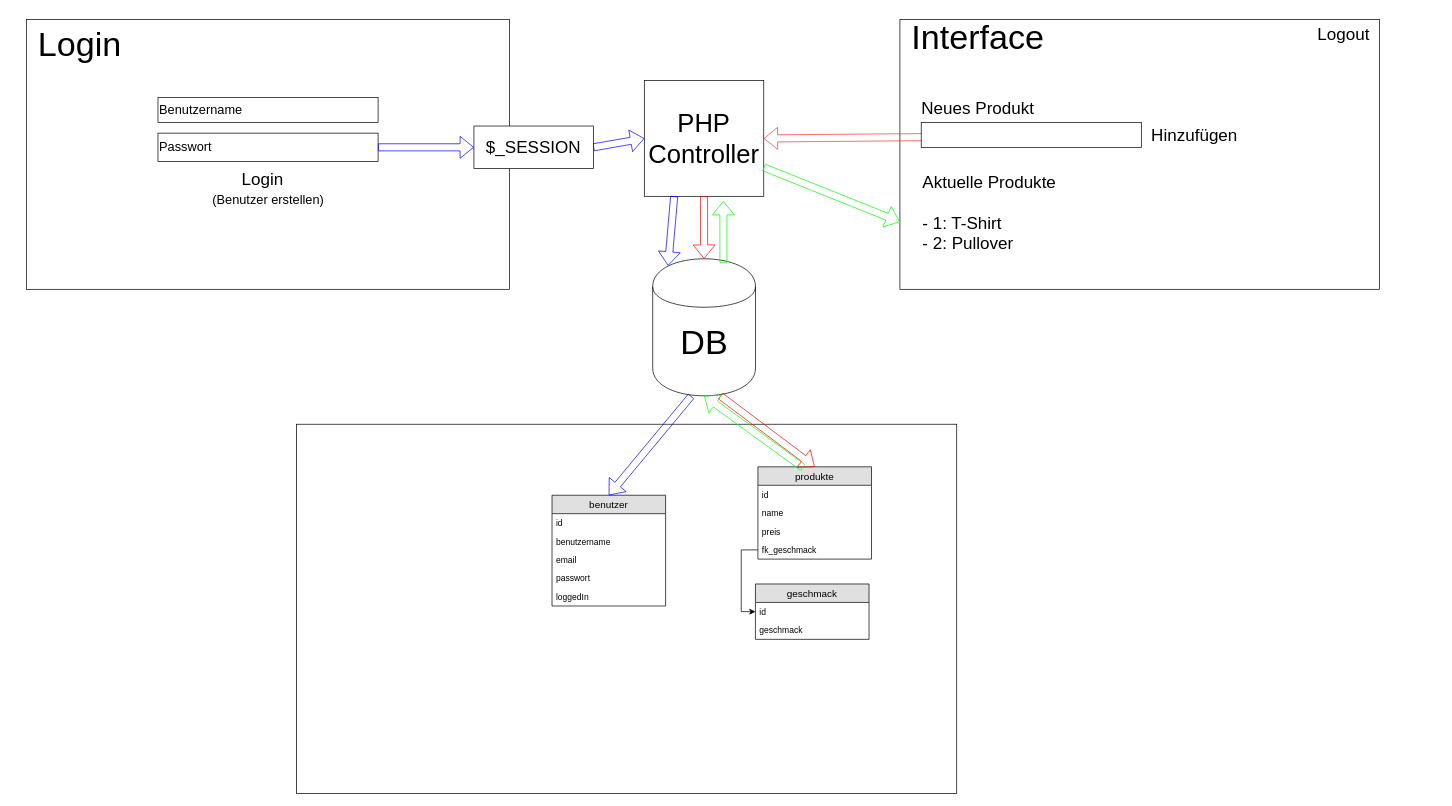
Above: la3/LA3_Architektur.drawio in sandrolenz/M133-Webshop (draw.io), before the change. Source tidied: cells renumbered, new cells numbered last; positions are measured from the earlier drawing's top-left corner, leaving out a move shared by most shapes. Both pictures are drawn from the tidied source at 71%, with x=0, y=0 at pixel (26, 12).
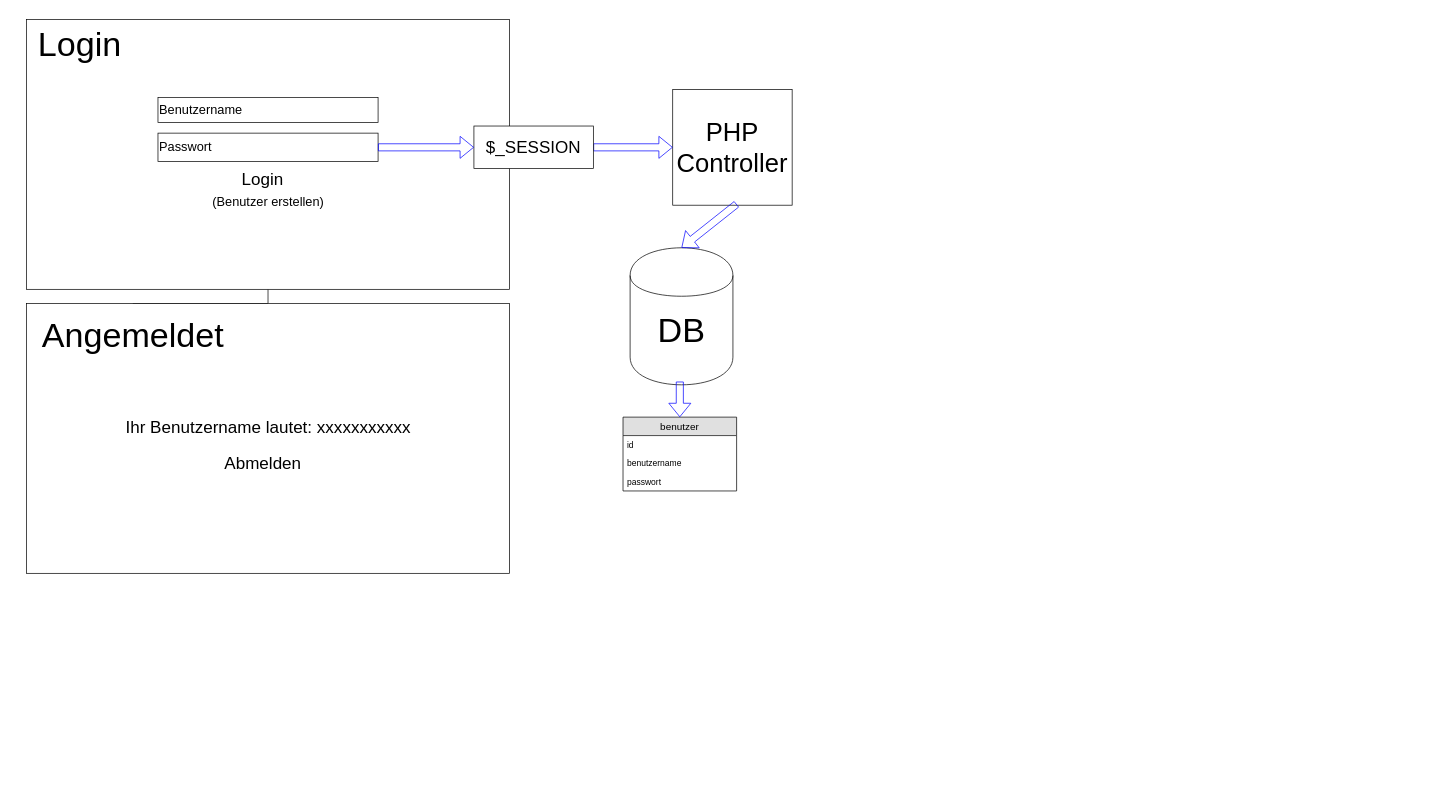
Above is the later version.

The change refers to these unchanged cells:
```xml
<mxCell id="25" style="rounded=0;whiteSpace=wrap;html=1;" parent="1" vertex="1">
  <mxGeometry y="10" width="680" height="380" as="geometry" />
</mxCell>
```

The edit, as a diff of the source:
```diff
@@
-    <mxCell id="2" style="rounded=0;whiteSpace=wrap;html=1;" parent="1" vertex="1">
-      <mxGeometry x="380" y="580" width="930" height="520" as="geometry" />
-    </mxCell>
-    <mxCell id="3" style="rounded=0;whiteSpace=wrap;html=1;" parent="1" vertex="1">
-      <mxGeometry x="1230" y="10" width="675.6" height="380" as="geometry" />
-    </mxCell>
     <mxCell id="4" value="&lt;font style=&quot;font-size: 48px&quot;&gt;DB&lt;/font&gt;" style="shape=cylinder;whiteSpace=wrap;html=1;boundedLbl=1;backgroundOutline=1;" parent="1" vertex="1">
-      <mxGeometry x="881.8" y="347" width="144.8" height="193" as="geometry" />
+      <mxGeometry x="850" y="331.5" width="144.8" height="193" as="geometry" />
     </mxCell>
     <mxCell id="5" value="&lt;font&gt;&lt;font style=&quot;font-size: 36px&quot;&gt;PHP&lt;br&gt;Controller&lt;/font&gt;&lt;br&gt;&lt;/font&gt;" style="rounded=0;whiteSpace=wrap;html=1;" parent="1" vertex="1">
-      <mxGeometry x="870" y="96" width="168.2" height="163" as="geometry" />
+      <mxGeometry x="910" y="108.5" width="168.2" height="163" as="geometry" />
     </mxCell>
-    <mxCell id="6" style="shape=flexArrow;endArrow=classic;html=1;entryX=0.5;entryY=0;entryDx=0;entryDy=0;exitX=0.5;exitY=1;exitDx=0;exitDy=0;strokeColor=#FF0000;" parent="1" edge="1" source="5" target="4">
-      <mxGeometry relative="1" as="geometry" />
-    </mxCell>
-    <mxCell id="7" style="shape=flexArrow;endArrow=classic;html=1;entryX=1;entryY=0.5;entryDx=0;entryDy=0;strokeColor=#FF3333;" parent="1" edge="1" source="9" target="5">
-      <mxGeometry relative="1" as="geometry" />
-    </mxCell>
-    <mxCell id="8" value="&lt;font style=&quot;font-size: 48px&quot;&gt;Interface&lt;/font&gt;" style="text;html=1;strokeColor=none;fillColor=none;align=center;verticalAlign=middle;whiteSpace=wrap;rounded=0;" parent="1" vertex="1">
-      <mxGeometry x="1240" width="200" height="70" as="geometry" />
-    </mxCell>
-    <mxCell id="9" value="&lt;font style=&quot;font-size: 24px&quot;&gt;Hinzufügen&lt;/font&gt;" style="text;html=1;strokeColor=none;fillColor=none;align=center;verticalAlign=middle;whiteSpace=wrap;rounded=0;" parent="1" vertex="1">
-      <mxGeometry x="1510" y="117.5" width="270" height="110" as="geometry" />
-    </mxCell>
-    <mxCell id="10" style="rounded=0;whiteSpace=wrap;html=1;" parent="1" vertex="1">
-      <mxGeometry x="1260" y="155" width="310" height="35" as="geometry" />
-    </mxCell>
-    <mxCell id="11" value="&lt;font style=&quot;font-size: 24px&quot;&gt;Neues Produkt&lt;/font&gt;" style="text;html=1;strokeColor=none;fillColor=none;align=center;verticalAlign=middle;whiteSpace=wrap;rounded=0;" parent="1" vertex="1">
-      <mxGeometry x="1250" y="80" width="180" height="110" as="geometry" />
-    </mxCell>
-    <mxCell id="12" value="&lt;font style=&quot;font-size: 24px&quot;&gt;Aktuelle Produkte&lt;br&gt;&lt;br&gt;- 1: T-Shirt&lt;br&gt;- 2: Pullover&lt;br&gt;&lt;/font&gt;" style="text;html=1;strokeColor=none;fillColor=none;align=left;verticalAlign=middle;whiteSpace=wrap;rounded=0;" parent="1" vertex="1">
-      <mxGeometry x="1260" y="227.5" width="200" height="110" as="geometry" />
-    </mxCell>
-    <mxCell id="13" style="shape=flexArrow;endArrow=classic;html=1;strokeColor=#00FF00;exitX=0.688;exitY=0.028;exitDx=0;exitDy=0;exitPerimeter=0;entryX=0.662;entryY=1.041;entryDx=0;entryDy=0;entryPerimeter=0;" parent="1" edge="1" source="4" target="5">
-      <mxGeometry relative="1" as="geometry" />
-    </mxCell>
-    <mxCell id="14" style="shape=flexArrow;endArrow=classic;html=1;entryX=0;entryY=0.75;entryDx=0;entryDy=0;exitX=1;exitY=0.75;exitDx=0;exitDy=0;strokeColor=#00FF00;" parent="1" edge="1" source="5" target="3">
-      <mxGeometry relative="1" as="geometry" />
-    </mxCell>
-    <mxCell id="15" value="geschmack" style="swimlane;fontStyle=0;horizontal=1;startSize=26;fillColor=#e0e0e0;swimlaneFillColor=#ffffff;align=center;fontSize=14;" parent="1" vertex="1">
-      <mxGeometry x="1026.5" y="805" width="160" height="78" as="geometry" />
-    </mxCell>
-    <mxCell id="16" value="id" style="text;strokeColor=none;fillColor=none;spacingLeft=4;spacingRight=4;overflow=hidden;points=[[0,0.5],[1,0.5]];portConstraint=eastwest;fontSize=12;" parent="15" vertex="1">
-      <mxGeometry y="26" width="160" height="26" as="geometry" />
-    </mxCell>
-    <mxCell id="17" value="geschmack" style="text;strokeColor=none;fillColor=none;spacingLeft=4;spacingRight=4;overflow=hidden;fontSize=12;" parent="15" vertex="1">
-      <mxGeometry y="52" width="160" height="26" as="geometry" />
-    </mxCell>
-    <mxCell id="18" value="produkte" style="swimlane;fontStyle=0;horizontal=1;startSize=26;fillColor=#e0e0e0;swimlaneFillColor=#ffffff;align=center;fontSize=14;" parent="1" vertex="1">
-      <mxGeometry x="1030" y="640" width="160" height="130" as="geometry" />
-    </mxCell>
-    <mxCell id="19" value="id" style="text;strokeColor=none;fillColor=none;spacingLeft=4;spacingRight=4;overflow=hidden;fontSize=12;" parent="18" vertex="1">
-      <mxGeometry y="26" width="160" height="26" as="geometry" />
-    </mxCell>
-    <mxCell id="20" value="name" style="text;strokeColor=none;fillColor=none;spacingLeft=4;spacingRight=4;overflow=hidden;fontSize=12;" parent="18" vertex="1">
-      <mxGeometry y="52" width="160" height="26" as="geometry" />
-    </mxCell>
-    <mxCell id="21" value="preis" style="text;strokeColor=none;fillColor=none;spacingLeft=4;spacingRight=4;overflow=hidden;fontSize=12;" parent="18" vertex="1">
-      <mxGeometry y="78" width="160" height="26" as="geometry" />
-    </mxCell>
-    <mxCell id="22" value="fk_geschmack" style="text;strokeColor=none;fillColor=none;spacingLeft=4;spacingRight=4;overflow=hidden;points=[[0,0.5],[1,0.5]];portConstraint=eastwest;fontSize=12;" parent="18" vertex="1">
-      <mxGeometry y="104" width="160" height="26" as="geometry" />
-    </mxCell>
-    <mxCell id="23" style="shape=flexArrow;endArrow=classic;html=1;strokeColor=#FF0000;entryX=0.5;entryY=0;entryDx=0;entryDy=0;" parent="1" edge="1" target="18">
-      <mxGeometry relative="1" as="geometry">
-        <mxPoint x="977" y="540" as="sourcePoint" />
-      </mxGeometry>
-    </mxCell>
-    <mxCell id="24" style="shape=flexArrow;endArrow=classic;html=1;entryX=0.5;entryY=1;entryDx=0;entryDy=0;strokeColor=#00FF00;exitX=0.396;exitY=0.008;exitDx=0;exitDy=0;exitPerimeter=0;" parent="1" edge="1" source="18" target="4">
-      <mxGeometry relative="1" as="geometry" />
-    </mxCell>
+    <mxCell id="44" style="edgeStyle=orthogonalEdgeStyle;rounded=0;jettySize=auto;html=1;exitX=0.5;exitY=1;exitDx=0;exitDy=0;" parent="1" edge="1" source="25" target="46">
+      <mxGeometry relative="1" as="geometry" />
+    </mxCell>
@@
-    <mxCell id="30" value="&lt;span style=&quot;font-size: 24px&quot;&gt;Logout&lt;/span&gt;" style="text;html=1;strokeColor=none;fillColor=none;align=center;verticalAlign=middle;whiteSpace=wrap;rounded=0;" parent="1" vertex="1">
-      <mxGeometry x="1720" width="270" height="61" as="geometry" />
-    </mxCell>
     <mxCell id="31" value="benutzer" style="swimlane;fontStyle=0;horizontal=1;startSize=26;fillColor=#e0e0e0;swimlaneFillColor=#ffffff;align=center;fontSize=14;" parent="1" vertex="1">
-      <mxGeometry x="740" y="680" width="160" height="156" as="geometry" />
+      <mxGeometry x="840" y="570" width="160" height="104" as="geometry" />
     </mxCell>
@@
-    <mxCell id="34" value="email" style="text;strokeColor=none;fillColor=none;spacingLeft=4;spacingRight=4;overflow=hidden;fontSize=12;" parent="31" vertex="1">
-      <mxGeometry y="78" width="160" height="26" as="geometry" />
-    </mxCell>
     <mxCell id="35" value="passwort" style="text;strokeColor=none;fillColor=none;spacingLeft=4;spacingRight=4;overflow=hidden;fontSize=12;" parent="31" vertex="1">
-      <mxGeometry y="104" width="160" height="26" as="geometry" />
+      <mxGeometry y="78" width="160" height="26" as="geometry" />
     </mxCell>
-    <mxCell id="36" value="loggedIn" style="text;strokeColor=none;fillColor=none;spacingLeft=4;spacingRight=4;overflow=hidden;fontSize=12;" parent="31" vertex="1">
-      <mxGeometry y="130" width="160" height="26" as="geometry" />
-    </mxCell>
-    <mxCell id="37" style="edgeStyle=orthogonalEdgeStyle;rounded=0;jettySize=auto;html=1;exitX=0;exitY=0.5;exitDx=0;exitDy=0;entryX=0;entryY=0.5;entryDx=0;entryDy=0;" parent="1" edge="1" source="22" target="16">
-      <mxGeometry relative="1" as="geometry" />
-    </mxCell>
-    <mxCell id="38" style="shape=flexArrow;endArrow=classic;html=1;entryX=0.15;entryY=0.05;entryDx=0;entryDy=0;strokeColor=#0000FF;exitX=0.25;exitY=1;exitDx=0;exitDy=0;entryPerimeter=0;" parent="1" edge="1" source="5" target="4">
-      <mxGeometry relative="1" as="geometry" />
+    <mxCell id="38" style="shape=flexArrow;endArrow=classic;html=1;entryX=0.5;entryY=0;entryDx=0;entryDy=0;strokeColor=#0000FF;" parent="1" edge="1" target="4">
+      <mxGeometry relative="1" as="geometry">
+        <mxPoint x="1000" y="270" as="sourcePoint" />
+      </mxGeometry>
     </mxCell>
-    <mxCell id="39" style="shape=flexArrow;endArrow=classic;html=1;entryX=0.5;entryY=0;entryDx=0;entryDy=0;strokeColor=#0000FF;exitX=0.375;exitY=1.002;exitDx=0;exitDy=0;exitPerimeter=0;" parent="1" edge="1" source="4" target="31">
-      <mxGeometry relative="1" as="geometry" />
+    <mxCell id="39" style="shape=flexArrow;endArrow=classic;html=1;entryX=0.5;entryY=0;entryDx=0;entryDy=0;strokeColor=#0000FF;" parent="1" edge="1" target="31">
+      <mxGeometry relative="1" as="geometry">
+        <mxPoint x="920" y="520" as="sourcePoint" />
+      </mxGeometry>
     </mxCell>
@@
     <mxCell id="41" value="&lt;font style=&quot;font-size: 18px&quot;&gt;(Benutzer erstellen)&lt;/font&gt;" style="text;html=1;strokeColor=none;fillColor=none;align=center;verticalAlign=middle;whiteSpace=wrap;rounded=0;" parent="1" vertex="1">
-      <mxGeometry x="223.8" y="249" width="232.5" height="29" as="geometry" />
+      <mxGeometry x="223.8" y="252" width="232.5" height="29" as="geometry" />
     </mxCell>
@@
+    <mxCell id="45" style="rounded=0;whiteSpace=wrap;html=1;" parent="1" vertex="1">
+      <mxGeometry y="410" width="680" height="380" as="geometry" />
+    </mxCell>
+    <mxCell id="46" value="&lt;font style=&quot;font-size: 48px&quot;&gt;Angemeldet&lt;/font&gt;" style="text;html=1;strokeColor=none;fillColor=none;align=center;verticalAlign=middle;whiteSpace=wrap;rounded=0;" parent="1" vertex="1">
+      <mxGeometry x="-20" y="420" width="340" height="70" as="geometry" />
+    </mxCell>
+    <mxCell id="47" value="&lt;font style=&quot;font-size: 24px&quot;&gt;Ihr Benutzername lautet: xxxxxxxxxxx&lt;/font&gt;" style="text;html=1;strokeColor=none;fillColor=none;align=center;verticalAlign=middle;whiteSpace=wrap;rounded=0;" parent="1" vertex="1">
+      <mxGeometry x="68.8" y="550" width="542.5" height="70" as="geometry" />
+    </mxCell>
+    <mxCell id="48" value="&lt;font style=&quot;font-size: 24px&quot;&gt;Abmelden&lt;/font&gt;" style="text;html=1;strokeColor=none;fillColor=none;align=center;verticalAlign=middle;whiteSpace=wrap;rounded=0;" parent="1" vertex="1">
+      <mxGeometry x="252.5" y="620" width="160" height="29" as="geometry" />
+    </mxCell>
```
